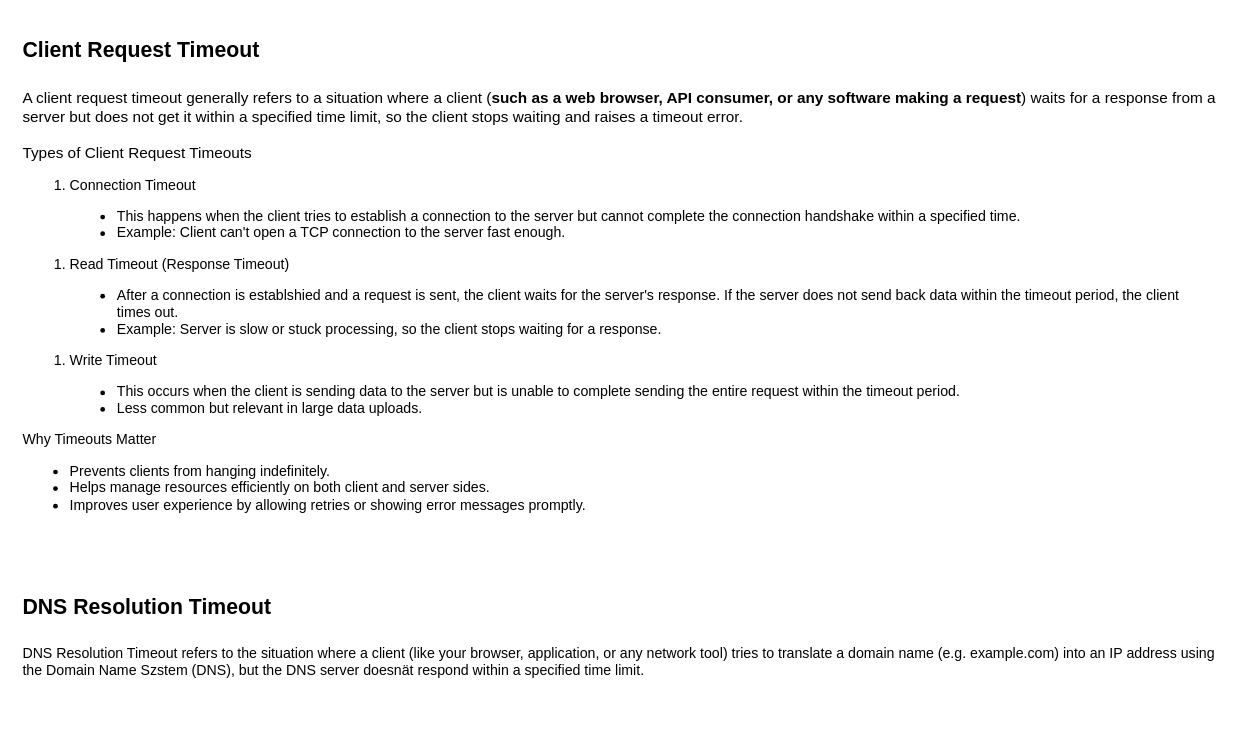
The draw.io diagram Web.drawio in tyk1hc/drawio, before the edit. Source tidied: cells renumbered, new cells numbered last; positions are measured from the earlier drawing's top-left corner, leaving out a move shared by most shapes. Both pictures are drawn from the tidied source at 118%, with x=0, y=0 at pixel (20, 20).
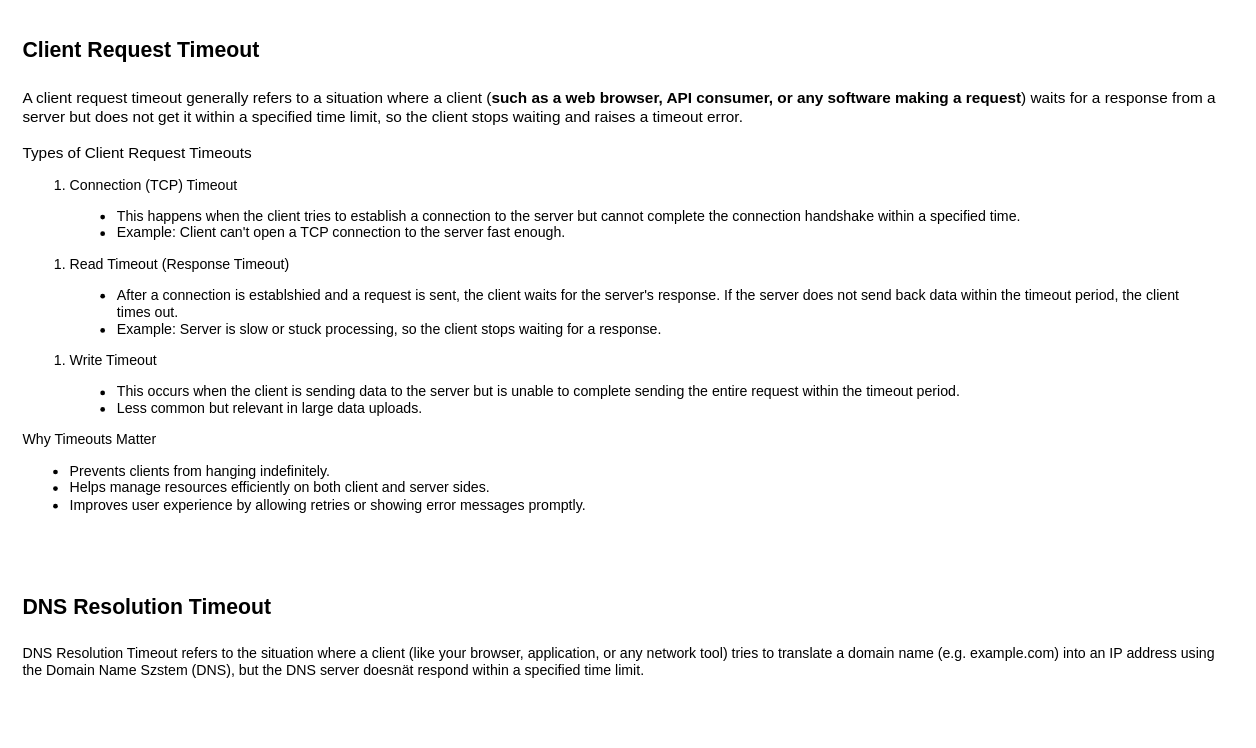
The same page after the edit.

Change to the diagram source:
```diff
@@
 <mxGraphModel>
   <root>
     <mxCell id="0" />
     <mxCell id="1" parent="0" />
-    <mxCell id="2" value="&lt;div&gt;&lt;b&gt;&lt;font style=&quot;font-size: 18px;&quot;&gt;Client Request Timeout&lt;/font&gt;&lt;/b&gt;&lt;/div&gt;&lt;div&gt;&lt;b&gt;&lt;font style=&quot;font-size: 18px;&quot;&gt;&lt;br&gt;&lt;/font&gt;&lt;/b&gt;&lt;/div&gt;&lt;div&gt;&lt;font style=&quot;font-size: 13px;&quot;&gt;A client request timeout generally refers to a situation where a client (&lt;b&gt;such as a web browser, API consumer, or any software making a request&lt;/b&gt;) waits for a response from a server but does not&amp;nbsp;get it within a specified time limit, so the client stops waiting and raises a timeout error.&lt;/font&gt;&lt;/div&gt;&lt;div&gt;&lt;font style=&quot;font-size: 13px;&quot;&gt;&lt;br&gt;&lt;/font&gt;&lt;/div&gt;&lt;div&gt;&lt;font style=&quot;font-size: 13px;&quot;&gt;Types of Client Request Timeouts&amp;nbsp;&lt;/font&gt;&lt;/div&gt;&lt;div&gt;&lt;ol&gt;&lt;li&gt;Connection Timeout&amp;nbsp;&lt;/li&gt;&lt;/ol&gt;&lt;blockquote&gt;&lt;ul&gt;&lt;li&gt;This happens when the client tries to establish a connection to the server but cannot complete the connection handshake within a specified time.&lt;/li&gt;&lt;li&gt;Example: Client can't open a TCP connection to the server fast enough.&lt;/li&gt;&lt;/ul&gt;&lt;/blockquote&gt;&lt;ol&gt;&lt;li&gt;Read Timeout (Response Timeout)&lt;/li&gt;&lt;/ol&gt;&lt;blockquote&gt;&lt;ul&gt;&lt;li&gt;After a connection is establshied and a request is sent, the client waits for the server's response. If the server does not send back data within the timeout period, the client times out.&lt;/li&gt;&lt;li&gt;Example: Server is slow or stuck processing, so the client stops waiting for a response.&lt;/li&gt;&lt;/ul&gt;&lt;/blockquote&gt;&lt;ol&gt;&lt;li&gt;Write Timeout&amp;nbsp;&lt;/li&gt;&lt;/ol&gt;&lt;blockquote&gt;&lt;ul&gt;&lt;li&gt;This occurs when the client is sending data to the server but is unable to complete sending the entire request within the timeout period.&lt;/li&gt;&lt;li&gt;Less common but relevant in large data uploads.&lt;/li&gt;&lt;/ul&gt;&lt;/blockquote&gt;&lt;div&gt;Why Timeouts Matter&amp;nbsp;&lt;/div&gt;&lt;div&gt;&lt;ul&gt;&lt;li&gt;Prevents clients from hanging indefinitely.&lt;/li&gt;&lt;li&gt;Helps manage resources efficiently on both client and server sides.&lt;/li&gt;&lt;li&gt;Improves user experience by allowing retries or showing error messages promptly.&lt;/li&gt;&lt;/ul&gt;&lt;/div&gt;&lt;/div&gt;&lt;div&gt;&lt;font&gt;&lt;br&gt;&lt;/font&gt;&lt;/div&gt;&lt;div&gt;&lt;b&gt;&lt;font style=&quot;font-size: 18px;&quot;&gt;&lt;br&gt;&lt;/font&gt;&lt;/b&gt;&lt;/div&gt;" style="text;html=1;whiteSpace=wrap;strokeColor=none;fillColor=none;align=left;verticalAlign=middle;rounded=0;" parent="1" vertex="1">
+    <mxCell id="2" value="&lt;div&gt;&lt;b&gt;&lt;font style=&quot;font-size: 18px;&quot;&gt;Client Request Timeout&lt;/font&gt;&lt;/b&gt;&lt;/div&gt;&lt;div&gt;&lt;b&gt;&lt;font style=&quot;font-size: 18px;&quot;&gt;&lt;br&gt;&lt;/font&gt;&lt;/b&gt;&lt;/div&gt;&lt;div&gt;&lt;font style=&quot;font-size: 13px;&quot;&gt;A client request timeout generally refers to a situation where a client (&lt;b&gt;such as a web browser, API consumer, or any software making a request&lt;/b&gt;) waits for a response from a server but does not&amp;nbsp;get it within a specified time limit, so the client stops waiting and raises a timeout error.&lt;/font&gt;&lt;/div&gt;&lt;div&gt;&lt;font style=&quot;font-size: 13px;&quot;&gt;&lt;br&gt;&lt;/font&gt;&lt;/div&gt;&lt;div&gt;&lt;font style=&quot;font-size: 13px;&quot;&gt;Types of Client Request Timeouts&amp;nbsp;&lt;/font&gt;&lt;/div&gt;&lt;div&gt;&lt;ol&gt;&lt;li&gt;Connection (TCP) Timeout&amp;nbsp;&lt;/li&gt;&lt;/ol&gt;&lt;blockquote&gt;&lt;ul&gt;&lt;li&gt;This happens when the client tries to establish a connection to the server but cannot complete the connection handshake within a specified time.&lt;/li&gt;&lt;li&gt;Example: Client can't open a TCP connection to the server fast enough.&lt;/li&gt;&lt;/ul&gt;&lt;/blockquote&gt;&lt;ol&gt;&lt;li&gt;Read Timeout (Response Timeout)&lt;/li&gt;&lt;/ol&gt;&lt;blockquote&gt;&lt;ul&gt;&lt;li&gt;After a connection is establshied and a request is sent, the client waits for the server's response. If the server does not send back data within the timeout period, the client times out.&lt;/li&gt;&lt;li&gt;Example: Server is slow or stuck processing, so the client stops waiting for a response.&lt;/li&gt;&lt;/ul&gt;&lt;/blockquote&gt;&lt;ol&gt;&lt;li&gt;Write Timeout&amp;nbsp;&lt;/li&gt;&lt;/ol&gt;&lt;blockquote&gt;&lt;ul&gt;&lt;li&gt;This occurs when the client is sending data to the server but is unable to complete sending the entire request within the timeout period.&lt;/li&gt;&lt;li&gt;Less common but relevant in large data uploads.&lt;/li&gt;&lt;/ul&gt;&lt;/blockquote&gt;&lt;div&gt;Why Timeouts Matter&amp;nbsp;&lt;/div&gt;&lt;div&gt;&lt;ul&gt;&lt;li&gt;Prevents clients from hanging indefinitely.&lt;/li&gt;&lt;li&gt;Helps manage resources efficiently on both client and server sides.&lt;/li&gt;&lt;li&gt;Improves user experience by allowing retries or showing error messages promptly.&lt;/li&gt;&lt;/ul&gt;&lt;/div&gt;&lt;/div&gt;&lt;div&gt;&lt;font&gt;&lt;br&gt;&lt;/font&gt;&lt;/div&gt;&lt;div&gt;&lt;b&gt;&lt;font style=&quot;font-size: 18px;&quot;&gt;&lt;br&gt;&lt;/font&gt;&lt;/b&gt;&lt;/div&gt;" style="text;html=1;whiteSpace=wrap;strokeColor=none;fillColor=none;align=left;verticalAlign=middle;rounded=0;" parent="1" vertex="1">
       <mxGeometry width="1030" height="480" as="geometry" />
     </mxCell>
     <mxCell id="3" value="&lt;div&gt;&lt;b&gt;&lt;font style=&quot;font-size: 18px;&quot;&gt;DNS Resolution Timeout&amp;nbsp;&lt;/font&gt;&lt;/b&gt;&lt;/div&gt;&lt;div&gt;&lt;b&gt;&lt;font style=&quot;font-size: 18px;&quot;&gt;&amp;nbsp;&lt;/font&gt;&lt;/b&gt;&lt;/div&gt;&lt;div&gt;DNS Resolution Timeout refers to the situation where a client (like your browser, application, or any network tool) tries to translate a domain name (e.g. example.com) into an IP address using&lt;/div&gt;&lt;div&gt;the Domain Name Szstem (DNS), but the DNS server doesnät respond within a specified time limit.&lt;/div&gt;&lt;div&gt;&lt;font&gt;&lt;br&gt;&lt;/font&gt;&lt;/div&gt;&lt;div&gt;&lt;b&gt;&lt;font style=&quot;font-size: 18px;&quot;&gt;&lt;br&gt;&lt;/font&gt;&lt;/b&gt;&lt;/div&gt;" style="text;html=1;whiteSpace=wrap;strokeColor=none;fillColor=none;align=left;verticalAlign=middle;rounded=0;" parent="1" vertex="1">
       <mxGeometry y="480" width="1030" height="120" as="geometry" />
     </mxCell>
   </root>
 </mxGraphModel>
```
